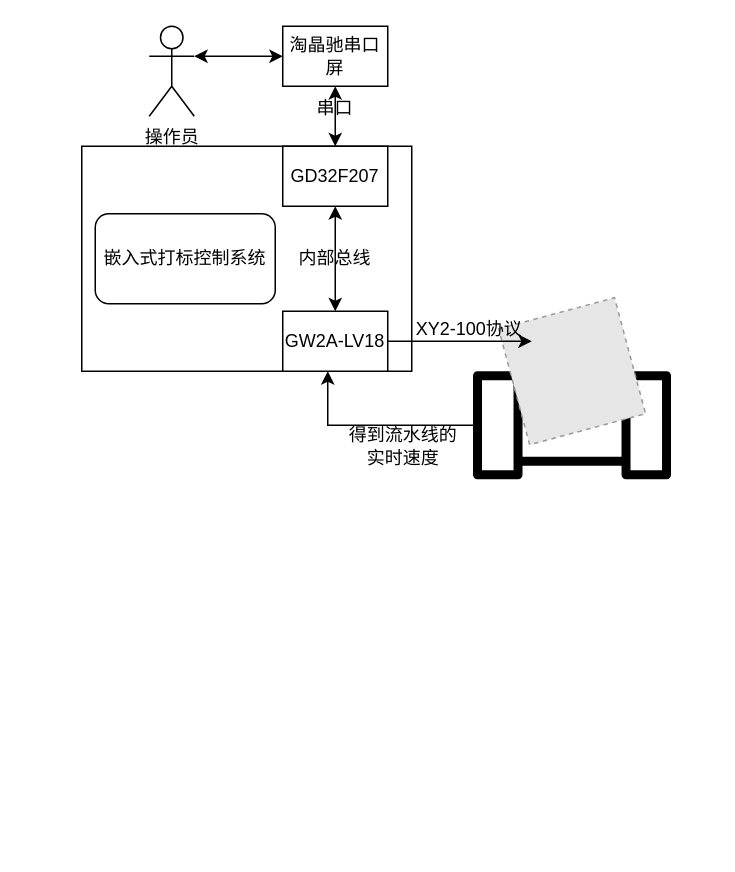
The draw.io diagram img/未命名绘图.drawio in ForestLH/imghost, before the edit. Source tidied: cells renumbered, new cells numbered last; positions are measured from the earlier drawing's top-left corner, leaving out a move shared by most shapes. Both pictures are drawn from the tidied source at 150%, with x=0, y=0 at pixel (81, 26). Pictures stored in the file or linked from it are replaced by grey dashed boxes.
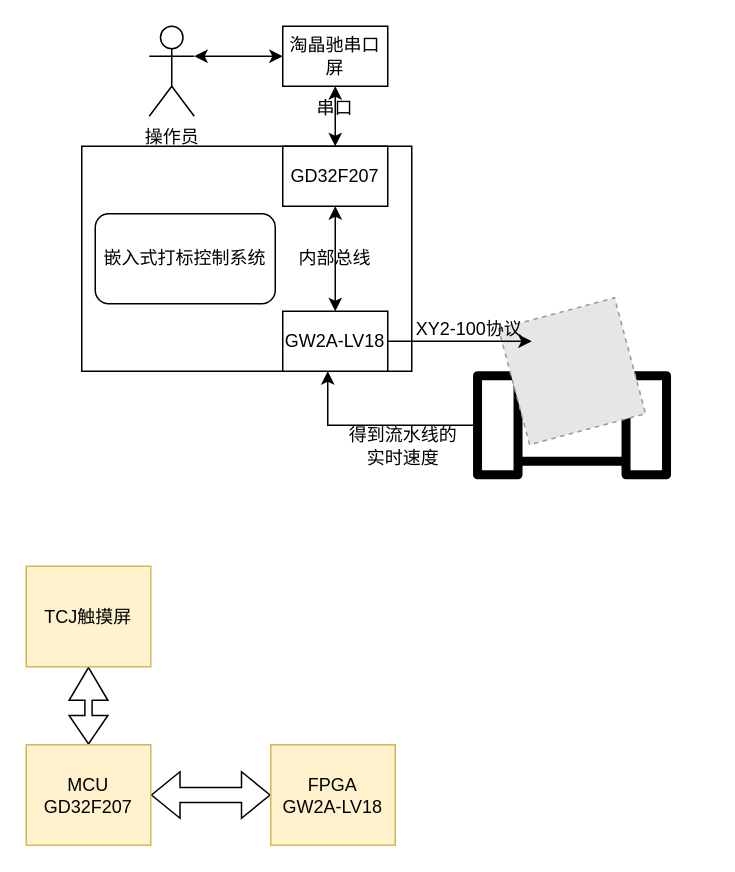
After the change.

Commit message:
更新未命名绘图.drawio

Diff of the diagram source:
```diff
@@
+    <mxCell id="20" style="edgeStyle=orthogonalEdgeStyle;shape=flexArrow;rounded=0;jettySize=auto;html=1;startArrow=classic;startFill=1;width=4.827586206896552;endSize=6.951724137931035;" parent="1" edge="1" source="22" target="23">
+      <mxGeometry relative="1" as="geometry" />
+    </mxCell>
+    <mxCell id="21" style="edgeStyle=orthogonalEdgeStyle;shape=flexArrow;rounded=0;jettySize=auto;html=1;startArrow=classic;startFill=1;" parent="1" edge="1" source="22" target="24">
+      <mxGeometry relative="1" as="geometry" />
+    </mxCell>
+    <mxCell id="22" value="MCU&lt;br&gt;GD32F207" style="rounded=0;whiteSpace=wrap;html=1;fillStyle=auto;strokeColor=#d6b656;strokeWidth=1;fillColor=#fff2cc;" parent="1" vertex="1">
+      <mxGeometry x="-37" y="479" width="83" height="67" as="geometry" />
+    </mxCell>
+    <mxCell id="23" value="TCJ触摸屏" style="rounded=0;whiteSpace=wrap;html=1;fillStyle=auto;strokeColor=#d6b656;strokeWidth=1;fillColor=#fff2cc;" parent="1" vertex="1">
+      <mxGeometry x="-37" y="360" width="83" height="67" as="geometry" />
+    </mxCell>
+    <mxCell id="24" value="FPGA&lt;br&gt;GW2A-LV18" style="rounded=0;whiteSpace=wrap;html=1;fillStyle=auto;strokeColor=#d6b656;strokeWidth=1;fillColor=#fff2cc;" parent="1" vertex="1">
+      <mxGeometry x="126" y="479" width="83" height="67" as="geometry" />
+    </mxCell>
```
